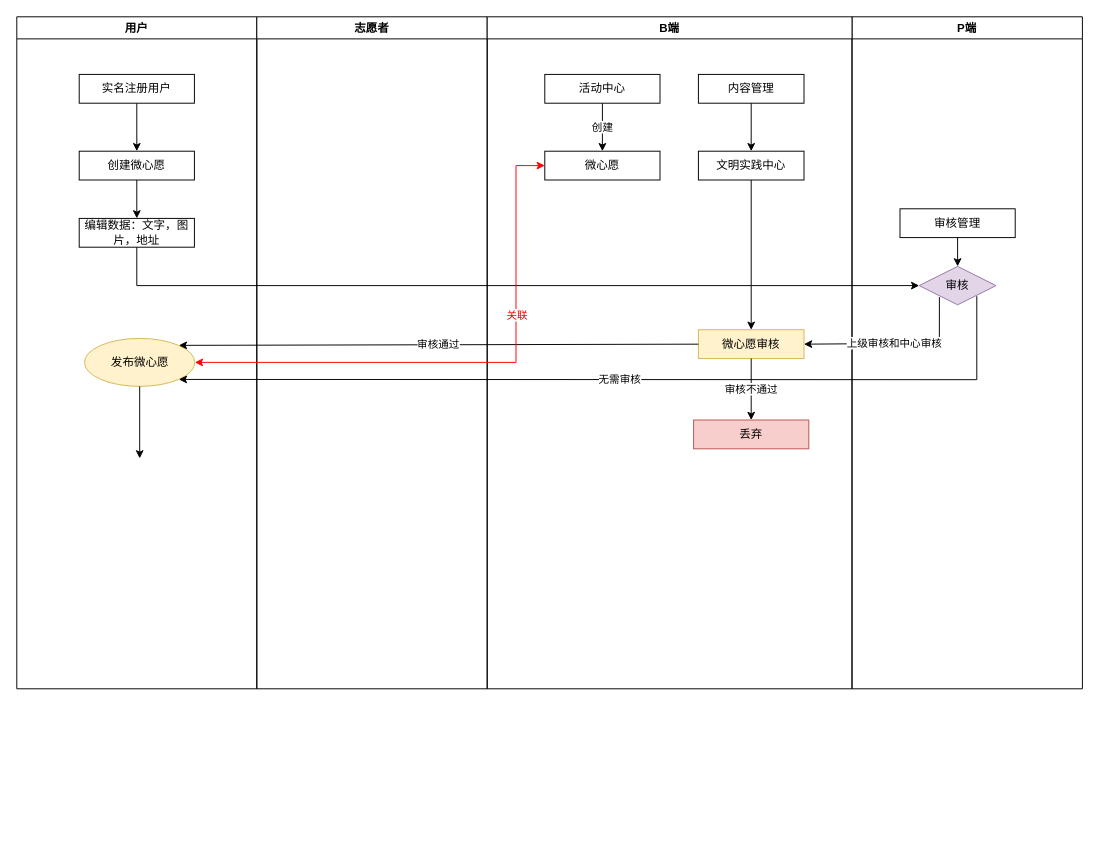
KZ137onethe/hello-world keeps this draw.io diagram as 微心愿改版.drawio. Above is the earlier version. Source tidied: cells renumbered, new cells numbered last; positions are measured from the earlier drawing's top-left corner, leaving out a move shared by most shapes. Both pictures are drawn from the tidied source at 96%, with x=0, y=0 at pixel (16, 16).
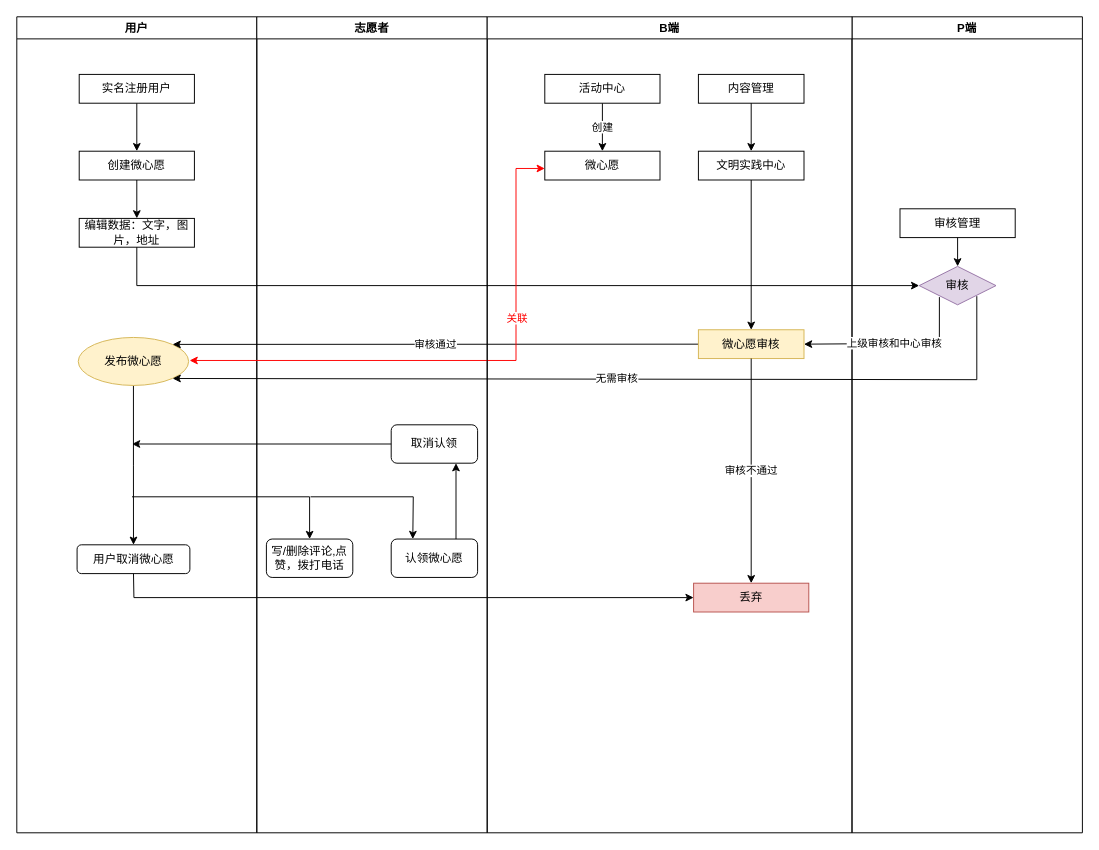
The same page after the edit.

Commit message (it also covers changes not shown here):
微心愿改版.drawio

Unchanged cells that the change refers to:
```xml
<mxCell id="7" value="编辑数据：文字，图片，地址" style="rounded=0;whiteSpace=wrap;html=1;" parent="2" vertex="1">
  <mxGeometry x="65" y="210" width="120" height="30" as="geometry" />
</mxCell>
<mxCell id="11" value="审核" style="strokeWidth=1;html=1;shape=mxgraph.flowchart.decision;whiteSpace=wrap;fillColor=#e1d5e7;strokeColor=#9673a6;" parent="10" vertex="1">
  <mxGeometry x="70" y="260" width="80" height="40" as="geometry" />
</mxCell>
<mxCell id="15" value="微心愿" style="rounded=0;whiteSpace=wrap;html=1;" parent="12" vertex="1">
  <mxGeometry x="60" y="140" width="120" height="30" as="geometry" />
</mxCell>
<mxCell id="20" value="微心愿审核" style="rounded=0;whiteSpace=wrap;html=1;strokeWidth=1;fillColor=#fff2cc;strokeColor=#d6b656;" parent="12" vertex="1">
  <mxGeometry x="220" y="326" width="110" height="30" as="geometry" />
</mxCell>
```

Change to the diagram source:
```diff
@@
     <mxCell id="2" value="用户" style="swimlane;" parent="1" vertex="1">
-      <mxGeometry width="250" height="700" as="geometry" />
+      <mxGeometry width="250" height="850" as="geometry" />
     </mxCell>
@@
+    <mxCell id="32" style="edgeStyle=orthogonalEdgeStyle;rounded=0;jettySize=auto;html=1;exitX=0.5;exitY=1;exitDx=0;exitDy=0;exitPerimeter=0;entryX=0.5;entryY=0;entryDx=0;entryDy=0;fontColor=#000000;strokeColor=#000000;" parent="2" edge="1" source="8" target="33">
+      <mxGeometry relative="1" as="geometry" />
+    </mxCell>
     <mxCell id="8" value="发布微心愿" style="strokeWidth=1;html=1;shape=mxgraph.flowchart.start_1;whiteSpace=wrap;fillColor=#fff2cc;strokeColor=#d6b656;" parent="2" vertex="1">
-      <mxGeometry x="70.5" y="335" width="115" height="50" as="geometry" />
+      <mxGeometry x="64" y="334" width="115" height="50" as="geometry" />
     </mxCell>
+    <mxCell id="33" value="用户取消微心愿" style="rounded=1;whiteSpace=wrap;html=1;fontColor=#000000;strokeWidth=1;verticalAlign=middle;" parent="2" vertex="1">
+      <mxGeometry x="62.8" y="550" width="117.5" height="30" as="geometry" />
+    </mxCell>
+    <mxCell id="34" style="endArrow=classic;html=1;rounded=0;fontColor=#000000;strokeColor=#000000;entryX=0.5;entryY=0;entryDx=0;entryDy=0;" parent="2" edge="1" target="35">
+      <mxGeometry relative="1" as="geometry">
+        <mxPoint x="120" y="500" as="sourcePoint" />
+        <Array as="points">
+          <mxPoint x="305" y="500" />
+        </Array>
+      </mxGeometry>
+    </mxCell>
     <mxCell id="9" value="志愿者" style="swimlane;" parent="1" vertex="1">
-      <mxGeometry x="250" width="240" height="700" as="geometry" />
+      <mxGeometry x="250" width="240" height="850" as="geometry" />
     </mxCell>
+    <mxCell id="35" value="写/删除评论,点赞，拨打电话" style="rounded=1;whiteSpace=wrap;html=1;fontColor=#000000;strokeWidth=1;verticalAlign=middle;glass=0;" parent="9" vertex="1">
+      <mxGeometry x="10" y="544" width="90" height="40" as="geometry" />
+    </mxCell>
+    <mxCell id="36" value="认领微心愿" style="rounded=1;whiteSpace=wrap;html=1;fontColor=#000000;strokeWidth=1;verticalAlign=middle;glass=0;" parent="9" vertex="1">
+      <mxGeometry x="140" y="544" width="90" height="40" as="geometry" />
+    </mxCell>
+    <mxCell id="37" value="取消认领" style="rounded=1;whiteSpace=wrap;html=1;fontColor=#000000;strokeWidth=1;verticalAlign=middle;glass=0;" parent="9" vertex="1">
+      <mxGeometry x="140" y="425" width="90" height="40" as="geometry" />
+    </mxCell>
+    <mxCell id="38" style="endArrow=classic;html=1;rounded=0;fontColor=#FF0000;strokeColor=#000000;exitX=0.75;exitY=0;exitDx=0;exitDy=0;entryX=0.75;entryY=1;entryDx=0;entryDy=0;" parent="9" edge="1" source="36" target="37">
+      <mxGeometry relative="1" as="geometry" />
+    </mxCell>
     <mxCell id="10" value="P端" style="swimlane;" parent="1" vertex="1">
-      <mxGeometry x="870" width="240" height="700" as="geometry" />
+      <mxGeometry x="870" width="240" height="850" as="geometry" />
     </mxCell>
@@
+    <mxCell id="24" value="审核管理" style="rounded=0;whiteSpace=wrap;html=1;" parent="10" vertex="1">
+      <mxGeometry x="50" y="200" width="120" height="30" as="geometry" />
+    </mxCell>
+    <mxCell id="25" style="endArrow=classic;html=1;rounded=0;exitX=0.5;exitY=1;exitDx=0;exitDy=0;entryX=0.5;entryY=0;entryDx=0;entryDy=0;entryPerimeter=0;" parent="10" edge="1" source="24" target="11">
+      <mxGeometry relative="1" as="geometry" />
+    </mxCell>
+    <mxCell id="26" style="endArrow=classic;html=1;rounded=0;exitX=0.5;exitY=1;exitDx=0;exitDy=0;entryX=0;entryY=0.5;entryDx=0;entryDy=0;entryPerimeter=0;" parent="1" edge="1" source="7" target="11">
+      <mxGeometry relative="1" as="geometry">
+        <Array as="points">
+          <mxPoint x="125" y="280" />
+        </Array>
+      </mxGeometry>
+    </mxCell>
+    <mxCell id="27" value="无需审核" style="endArrow=classic;html=1;rounded=0;exitX=0.75;exitY=0.775;exitDx=0;exitDy=0;exitPerimeter=0;entryX=0.855;entryY=0.855;entryDx=0;entryDy=0;entryPerimeter=0;" parent="1" edge="1" source="11" target="8">
+      <mxGeometry relative="1" as="geometry">
+        <Array as="points">
+          <mxPoint x="1000" y="378" />
+        </Array>
+      </mxGeometry>
+    </mxCell>
+    <mxCell id="28" value="审核通过" style="endArrow=classic;html=1;rounded=0;exitX=0;exitY=0.5;exitDx=0;exitDy=0;entryX=0.855;entryY=0.145;entryDx=0;entryDy=0;entryPerimeter=0;" parent="1" edge="1" source="20" target="8">
+      <mxGeometry relative="1" as="geometry" />
+    </mxCell>
+    <mxCell id="30" style="endArrow=classic;startArrow=classic;html=1;rounded=0;exitX=1;exitY=0.5;exitDx=0;exitDy=0;exitPerimeter=0;entryX=0;entryY=0.5;entryDx=0;entryDy=0;strokeColor=#FF0000;" parent="1" edge="1">
+      <mxGeometry relative="1" as="geometry">
+        <mxPoint x="180" y="358" as="sourcePoint" />
+        <mxPoint x="550" y="158" as="targetPoint" />
+        <Array as="points">
+          <mxPoint x="520" y="358" />
+          <mxPoint x="520" y="158" />
+        </Array>
+      </mxGeometry>
+    </mxCell>
+    <mxCell id="31" value="关联" style="edgeLabel;html=1;align=center;verticalAlign=middle;fontColor=#FF0000;" parent="30" vertex="1">
+      <mxGeometry x="0.35" relative="1" as="geometry" />
+    </mxCell>
-    <mxCell id="12" value="B端" style="swimlane;" parent="10" vertex="1">
-      <mxGeometry x="-380" width="380" height="700" as="geometry" />
+    <mxCell id="12" value="B端" style="swimlane;" parent="1" vertex="1">
+      <mxGeometry x="490" width="380" height="850" as="geometry" />
     </mxCell>
@@
     <mxCell id="21" value="丢弃" style="rounded=0;whiteSpace=wrap;html=1;fillColor=#f8cecc;strokeColor=#b85450;" parent="12" vertex="1">
-      <mxGeometry x="215" y="420" width="120" height="30" as="geometry" />
+      <mxGeometry x="215" y="590" width="120" height="30" as="geometry" />
     </mxCell>
-    <mxCell id="22" value="审核不通过" style="endArrow=classic;html=1;rounded=0;exitX=0.5;exitY=1;exitDx=0;exitDy=0;" parent="12" edge="1" source="20">
-      <mxGeometry relative="1" as="geometry">
-        <mxPoint x="275" y="420" as="targetPoint" />
-      </mxGeometry>
+    <mxCell id="22" value="审核不通过" style="endArrow=classic;html=1;rounded=0;exitX=0.5;exitY=1;exitDx=0;exitDy=0;entryX=0.5;entryY=0;entryDx=0;entryDy=0;" parent="12" edge="1" source="20" target="21">
+      <mxGeometry relative="1" as="geometry" />
     </mxCell>
-    <mxCell id="23" value="上级审核和中心审核" style="endArrow=classic;html=1;rounded=0;exitX=0.263;exitY=0.8;exitDx=0;exitDy=0;exitPerimeter=0;entryX=1;entryY=0.5;entryDx=0;entryDy=0;" parent="10" edge="1" source="11" target="20">
+    <mxCell id="23" value="上级审核和中心审核" style="endArrow=classic;html=1;rounded=0;exitX=0.263;exitY=0.8;exitDx=0;exitDy=0;exitPerimeter=0;entryX=1;entryY=0.5;entryDx=0;entryDy=0;" parent="1" edge="1" source="11" target="20">
       <mxGeometry relative="1" as="geometry">
         <Array as="points">
-          <mxPoint x="91" y="340" />
+          <mxPoint x="961" y="340" />
         </Array>
       </mxGeometry>
     </mxCell>
-    <mxCell id="24" value="审核管理" style="rounded=0;whiteSpace=wrap;html=1;" parent="10" vertex="1">
-      <mxGeometry x="50" y="200" width="120" height="30" as="geometry" />
-    </mxCell>
-    <mxCell id="25" style="endArrow=classic;html=1;rounded=0;exitX=0.5;exitY=1;exitDx=0;exitDy=0;entryX=0.5;entryY=0;entryDx=0;entryDy=0;entryPerimeter=0;" parent="10" edge="1" source="24" target="11">
-      <mxGeometry relative="1" as="geometry" />
-    </mxCell>
-    <mxCell id="26" style="endArrow=classic;html=1;rounded=0;exitX=0.5;exitY=1;exitDx=0;exitDy=0;entryX=0;entryY=0.5;entryDx=0;entryDy=0;entryPerimeter=0;" parent="1" edge="1" source="7" target="11">
-      <mxGeometry relative="1" as="geometry">
-        <Array as="points">
-          <mxPoint x="125" y="280" />
-        </Array>
-      </mxGeometry>
-    </mxCell>
-    <mxCell id="27" value="无需审核" style="endArrow=classic;html=1;rounded=0;exitX=0.75;exitY=0.775;exitDx=0;exitDy=0;exitPerimeter=0;entryX=0.855;entryY=0.855;entryDx=0;entryDy=0;entryPerimeter=0;" parent="1" edge="1" source="11" target="8">
-      <mxGeometry relative="1" as="geometry">
-        <Array as="points">
-          <mxPoint x="1000" y="378" />
-        </Array>
-      </mxGeometry>
-    </mxCell>
-    <mxCell id="28" value="审核通过" style="endArrow=classic;html=1;rounded=0;exitX=0;exitY=0.5;exitDx=0;exitDy=0;entryX=0.855;entryY=0.145;entryDx=0;entryDy=0;entryPerimeter=0;" parent="1" edge="1" source="20" target="8">
-      <mxGeometry relative="1" as="geometry" />
-    </mxCell>
-    <mxCell id="29" style="endArrow=classic;html=1;rounded=0;exitX=0.5;exitY=1;exitDx=0;exitDy=0;exitPerimeter=0;" parent="1" edge="1" source="8">
-      <mxGeometry relative="1" as="geometry">
-        <mxPoint x="128" y="460" as="targetPoint" />
-      </mxGeometry>
-    </mxCell>
-    <mxCell id="30" style="endArrow=classic;startArrow=classic;html=1;rounded=0;exitX=1;exitY=0.5;exitDx=0;exitDy=0;exitPerimeter=0;entryX=0;entryY=0.5;entryDx=0;entryDy=0;strokeColor=#FF0000;" parent="1" edge="1" source="8" target="15">
-      <mxGeometry relative="1" as="geometry">
-        <Array as="points">
-          <mxPoint x="520" y="360" />
-          <mxPoint x="520" y="155" />
-        </Array>
-      </mxGeometry>
-    </mxCell>
-    <mxCell id="31" value="关联" style="edgeLabel;html=1;align=center;verticalAlign=middle;fontColor=#FF0000;" parent="30" vertex="1">
-      <mxGeometry x="0.35" relative="1" as="geometry" />
-    </mxCell>
+    <mxCell id="39" style="endArrow=classic;html=1;rounded=0;fontColor=#FF0000;strokeColor=#000000;entryX=0;entryY=0.5;entryDx=0;entryDy=0;exitX=0.5;exitY=1;exitDx=0;exitDy=0;" parent="1" edge="1" source="33" target="21">
+      <mxGeometry relative="1" as="geometry">
+        <Array as="points">
+          <mxPoint x="122" y="605" />
+        </Array>
+      </mxGeometry>
+    </mxCell>
+    <mxCell id="40" style="endArrow=classic;html=1;rounded=0;fontColor=#FF0000;strokeColor=#000000;entryX=0.25;entryY=0;entryDx=0;entryDy=0;" parent="1" edge="1" target="36">
+      <mxGeometry relative="1" as="geometry">
+        <mxPoint x="306" y="500" as="sourcePoint" />
+        <Array as="points">
+          <mxPoint x="413" y="500" />
+        </Array>
+      </mxGeometry>
+    </mxCell>
+    <mxCell id="41" style="endArrow=classic;html=1;rounded=0;fontColor=#FF0000;strokeColor=#000000;exitX=0;exitY=0.5;exitDx=0;exitDy=0;" parent="1" edge="1" source="37">
+      <mxGeometry relative="1" as="geometry">
+        <mxPoint x="120" y="445" as="targetPoint" />
+      </mxGeometry>
+    </mxCell>
```
